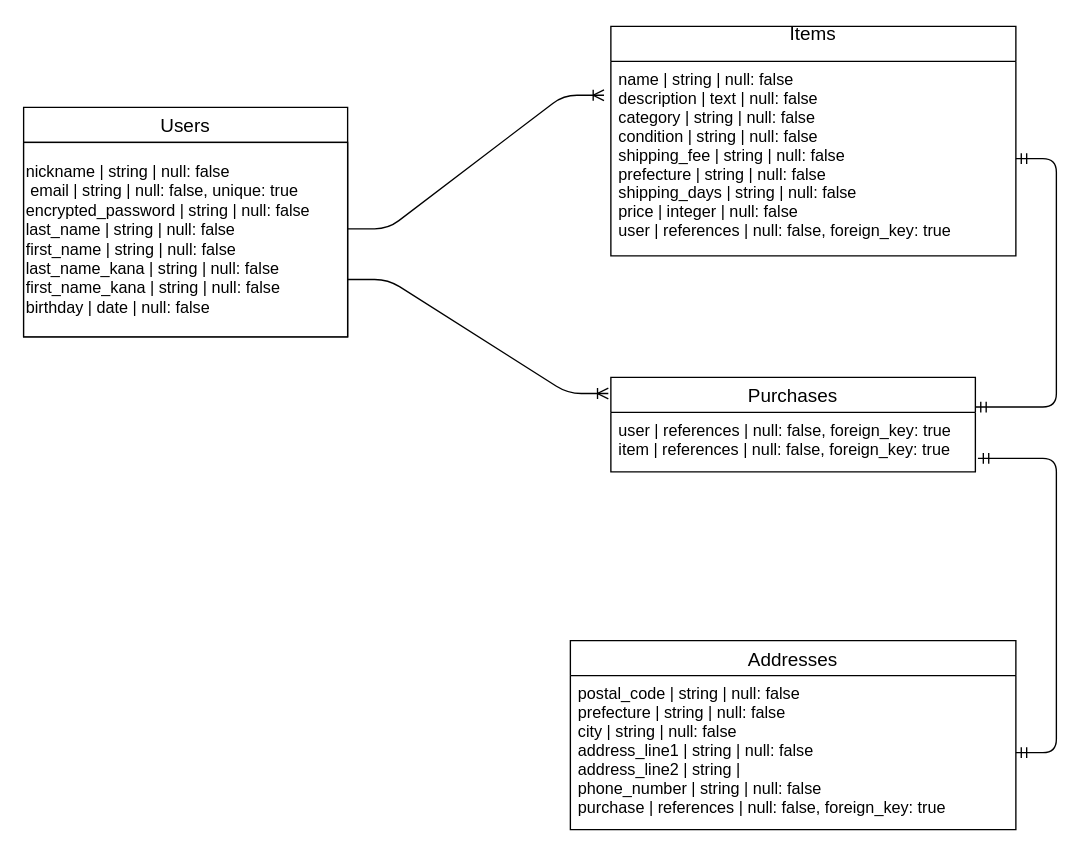
Earlier version of the draw.io diagram furima.dio (sun2525/furima-41906). Source tidied: cells renumbered, new cells numbered last; positions are measured from the earlier drawing's top-left corner, leaving out a move shared by most shapes. Both pictures are drawn from the tidied source at 135%, with x=0, y=0 at pixel (23, 26).
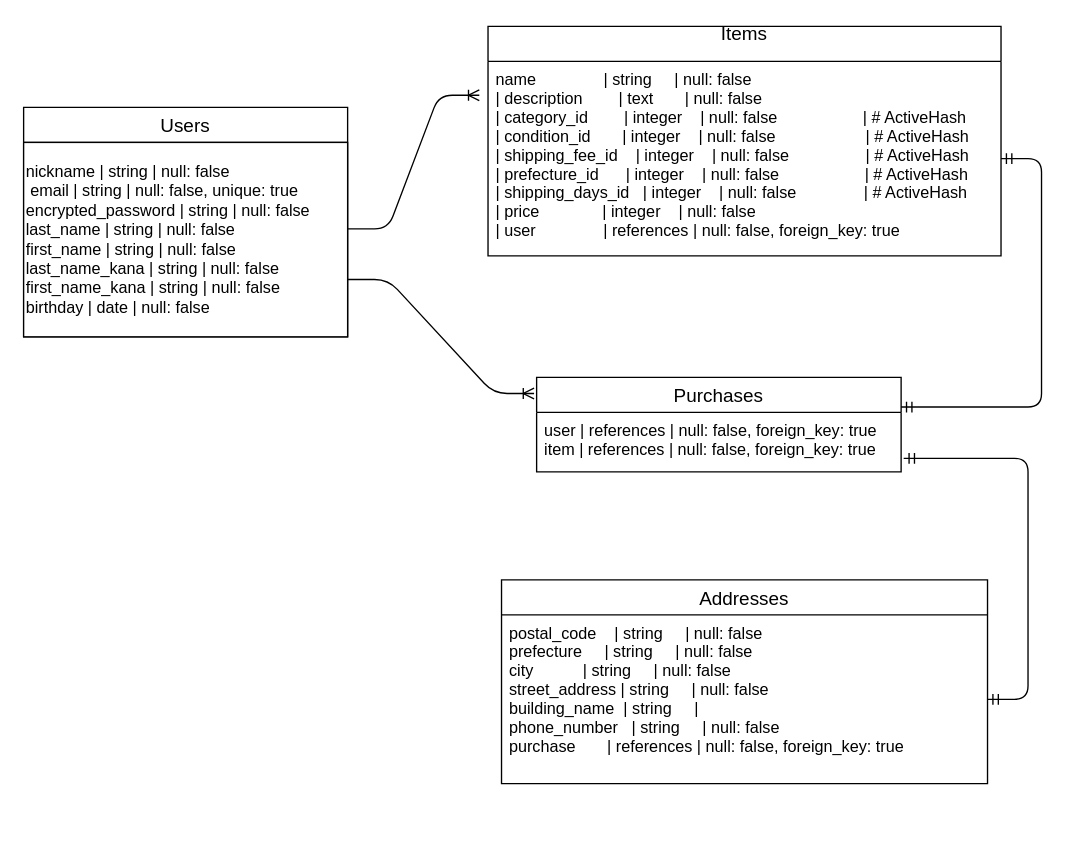
The same page after the edit.

Change to the diagram source:
```diff
@@
 <mxGraphModel>
   <root>
     <mxCell id="0" />
     <mxCell id="1" parent="0" />
     <mxCell id="2" value="Users" style="swimlane;fontStyle=0;horizontal=1;startSize=26;align=center;fontSize=14;" parent="1" vertex="1">
       <mxGeometry y="60" width="240" height="170" as="geometry" />
     </mxCell>
     <mxCell id="3" value="nickname            | string | null: false&amp;nbsp;&lt;br&gt;&amp;nbsp;email               | string | null: false, unique: true&amp;nbsp;&lt;br&gt;encrypted&lt;span class=&quot;hljs-emphasis&quot;&gt;_password  | string | null: false&amp;nbsp;&lt;br&gt;last_&lt;/span&gt;name           | string | null: false&amp;nbsp;&lt;br&gt;first&lt;span class=&quot;hljs-emphasis&quot;&gt;_name          | string | null: false&amp;nbsp;&lt;br&gt;last_&lt;/span&gt;name&lt;span class=&quot;hljs-emphasis&quot;&gt;_kana      | string | null: false&amp;nbsp;&lt;br&gt;first_&lt;/span&gt;name&lt;span class=&quot;hljs-emphasis&quot;&gt;_kana     | string | null: false&amp;nbsp;&lt;br&gt;birthday            | date   | null: false&amp;nbsp;&amp;nbsp;&lt;/span&gt;" style="rounded=0;whiteSpace=wrap;html=1;align=left;" parent="2" vertex="1">
       <mxGeometry y="26" width="240" height="144" as="geometry" />
     </mxCell>
     <mxCell id="4" value="Purchases" style="swimlane;fontStyle=0;horizontal=1;startSize=26;align=center;fontSize=14;" parent="1" vertex="1">
-      <mxGeometry x="435" y="260" width="270" height="70" as="geometry" />
+      <mxGeometry x="380" y="260" width="270" height="70" as="geometry" />
     </mxCell>
     <mxCell id="5" value="user           | references | null: false, foreign_key: true &#10;item           | references | null: false, foreign_key: true " style="text;strokeColor=none;fillColor=none;spacingLeft=4;spacingRight=4;overflow=hidden;points=[[0,0.5],[1,0.5]];portConstraint=eastwest;fontSize=12;" parent="4" vertex="1">
       <mxGeometry y="26" width="270" height="44" as="geometry" />
     </mxCell>
     <mxCell id="6" value="Items&#10;" style="swimlane;fontStyle=0;horizontal=1;startSize=26;align=center;fontSize=14;" parent="1" vertex="1">
-      <mxGeometry x="435" width="300" height="170" as="geometry" />
+      <mxGeometry x="344" width="380" height="170" as="geometry" />
     </mxCell>
-    <mxCell id="7" value="name               | string     | null: false &#10;description        | text       | null: false &#10;category           | string     | null: false &#10;condition          | string     | null: false &#10;shipping_fee       | string     | null: false &#10;prefecture         | string     | null: false &#10;shipping_days      | string     | null: false &#10;price              | integer    | null: false &#10;user               | references | null: false, foreign_key: true" style="text;strokeColor=none;fillColor=none;spacingLeft=4;spacingRight=4;overflow=hidden;points=[[0,0.5],[1,0.5]];portConstraint=eastwest;fontSize=12;" parent="6" vertex="1">
-      <mxGeometry y="26" width="300" height="144" as="geometry" />
+    <mxCell id="7" value="name               | string     | null: false                    &#10;| description        | text       | null: false                   &#10;| category_id        | integer    | null: false                   | # ActiveHash&#10;| condition_id       | integer    | null: false                    | # ActiveHash&#10;| shipping_fee_id    | integer    | null: false                 | # ActiveHash&#10;| prefecture_id      | integer    | null: false                   | # ActiveHash&#10;| shipping_days_id   | integer    | null: false               | # ActiveHash&#10;| price              | integer    | null: false                    &#10;| user               | references | null: false, foreign_key: true " style="text;strokeColor=none;fillColor=none;spacingLeft=4;spacingRight=4;overflow=hidden;points=[[0,0.5],[1,0.5]];portConstraint=eastwest;fontSize=12;" parent="6" vertex="1">
+      <mxGeometry y="26" width="380" height="144" as="geometry" />
     </mxCell>
     <mxCell id="8" value="Addresses" style="swimlane;fontStyle=0;horizontal=1;startSize=26;align=center;fontSize=14;" parent="1" vertex="1">
-      <mxGeometry x="405" y="455" width="330" height="140" as="geometry" />
+      <mxGeometry x="354" y="410" width="360" height="151" as="geometry" />
     </mxCell>
-    <mxCell id="9" value="postal_code    | string     | null: false &#10;prefecture     | string     | null: false &#10;city           | string     | null: false &#10;address_line1  | string     | null: false &#10;address_line2  | string     | &#10;phone_number   | string     | null: false &#10;purchase       | references | null: false, foreign_key: true " style="text;strokeColor=none;fillColor=none;spacingLeft=4;spacingRight=4;overflow=hidden;points=[[0,0.5],[1,0.5]];portConstraint=eastwest;fontSize=12;" parent="8" vertex="1">
-      <mxGeometry y="26" width="330" height="114" as="geometry" />
+    <mxCell id="9" value="postal_code    | string     | null: false                  &#10;prefecture     | string     | null: false                  &#10;city           | string     | null: false                 &#10;street_address | string     | null: false                  &#10;building_name  | string     |                             &#10;phone_number   | string     | null: false                   &#10;purchase       | references | null: false, foreign_key: true " style="text;strokeColor=none;fillColor=none;spacingLeft=4;spacingRight=4;overflow=hidden;points=[[0,0.5],[1,0.5]];portConstraint=eastwest;fontSize=12;" parent="8" vertex="1">
+      <mxGeometry y="26" width="360" height="125" as="geometry" />
     </mxCell>
     <mxCell id="10" style="edgeStyle=entityRelationEdgeStyle;fontSize=12;html=1;endArrow=ERoneToMany;entryX=-0.017;entryY=0.174;entryDx=0;entryDy=0;entryPerimeter=0;" parent="1" edge="1" target="7">
       <mxGeometry relative="1" as="geometry">
         <mxPoint x="240" y="150" as="sourcePoint" />
       </mxGeometry>
     </mxCell>
     <mxCell id="11" style="edgeStyle=entityRelationEdgeStyle;fontSize=12;html=1;endArrow=ERoneToMany;exitX=1;exitY=0.75;exitDx=0;exitDy=0;entryX=-0.007;entryY=0.171;entryDx=0;entryDy=0;entryPerimeter=0;" parent="1" edge="1" source="2" target="4">
       <mxGeometry relative="1" as="geometry" />
     </mxCell>
     <mxCell id="12" style="edgeStyle=entityRelationEdgeStyle;fontSize=12;html=1;endArrow=ERmandOne;startArrow=ERmandOne;exitX=1;exitY=-0.091;exitDx=0;exitDy=0;exitPerimeter=0;" parent="1" edge="1" source="5" target="7">
       <mxGeometry relative="1" as="geometry" />
     </mxCell>
     <mxCell id="13" style="edgeStyle=entityRelationEdgeStyle;fontSize=12;html=1;endArrow=ERmandOne;startArrow=ERmandOne;entryX=1.007;entryY=0.773;entryDx=0;entryDy=0;entryPerimeter=0;" parent="1" edge="1" source="9" target="5">
       <mxGeometry relative="1" as="geometry" />
     </mxCell>
   </root>
 </mxGraphModel>
```
